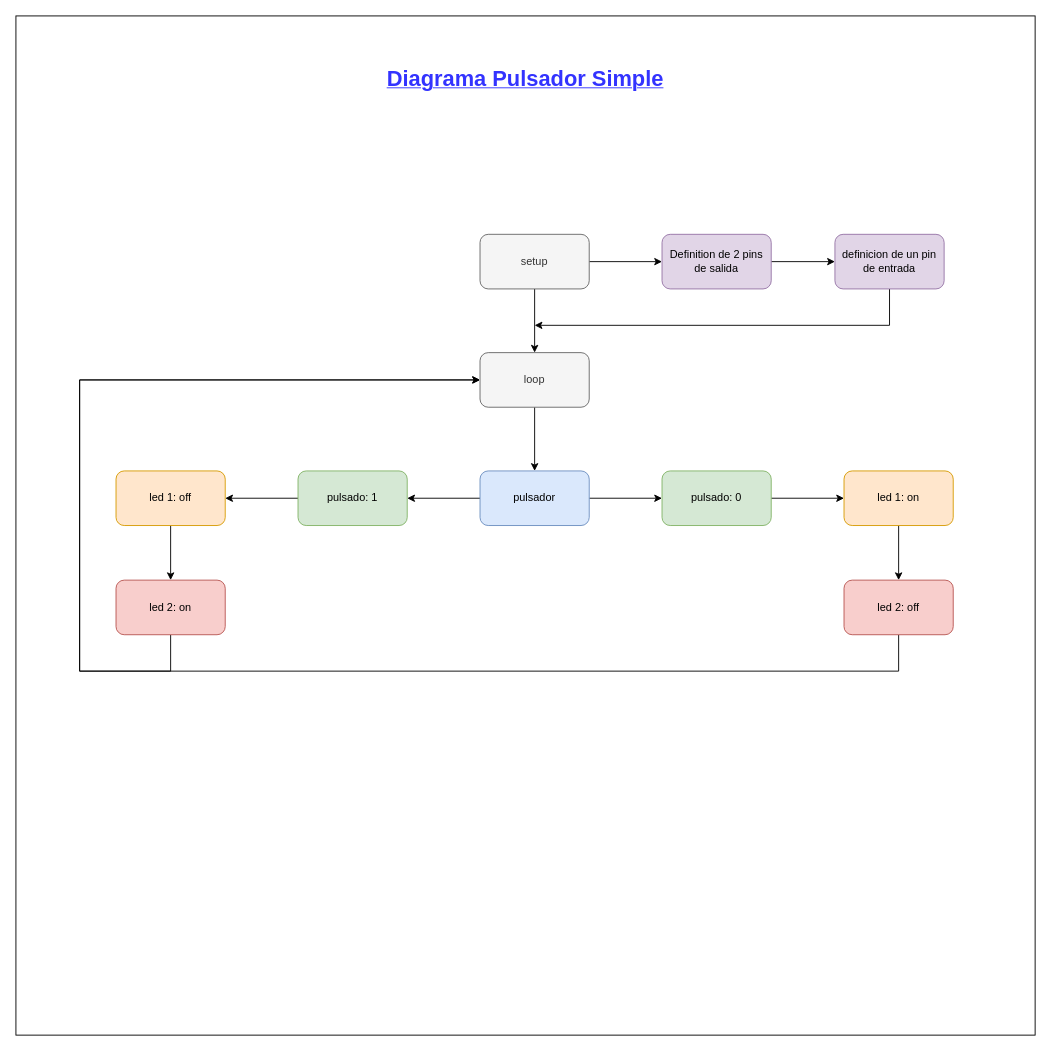
Earlier version of the draw.io diagram Proyectos/04-pulsadorSimple/diagramaPulsadorSimple.drawio (MAIALERT/ucc-electiva-iv). Source tidied: cells renumbered, new cells numbered last; positions are measured from the earlier drawing's top-left corner, leaving out a move shared by most shapes. Both pictures are drawn from the tidied source at 91%, with x=0, y=0 at pixel (15, 15).
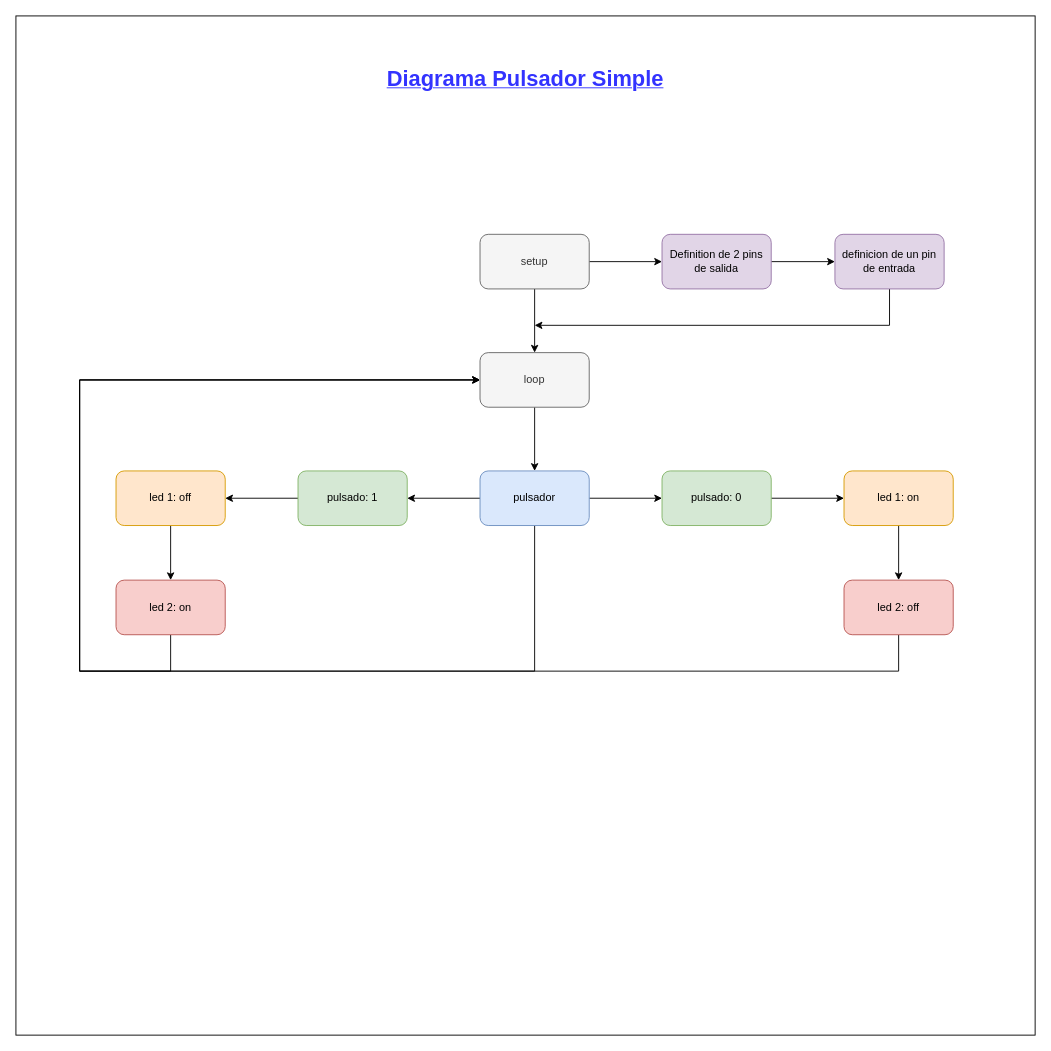
After the change.

The change refers to these unchanged cells:
```xml
<mxCell id="8" value="loop" style="rounded=1;whiteSpace=wrap;html=1;fillColor=#f5f5f5;strokeColor=#666666;fontColor=#333333;" parent="1" vertex="1">
  <mxGeometry x="510" y="370" width="120" height="60" as="geometry" />
</mxCell>
<mxCell id="15" value="pulsador" style="rounded=1;whiteSpace=wrap;html=1;fillColor=#dae8fc;strokeColor=#6c8ebf;" parent="1" vertex="1">
  <mxGeometry x="510" y="500" width="120" height="60" as="geometry" />
</mxCell>
```

Diff of the diagram source:
```diff
@@
+    <mxCell id="28" style="edgeStyle=orthogonalEdgeStyle;rounded=0;jettySize=auto;html=1;entryX=0;entryY=0.5;entryDx=0;entryDy=0;" parent="1" edge="1" source="15" target="8">
+      <mxGeometry relative="1" as="geometry">
+        <Array as="points">
+          <mxPoint x="570" y="720" />
+          <mxPoint x="70" y="720" />
+          <mxPoint x="70" y="400" />
+        </Array>
+      </mxGeometry>
+    </mxCell>
```
